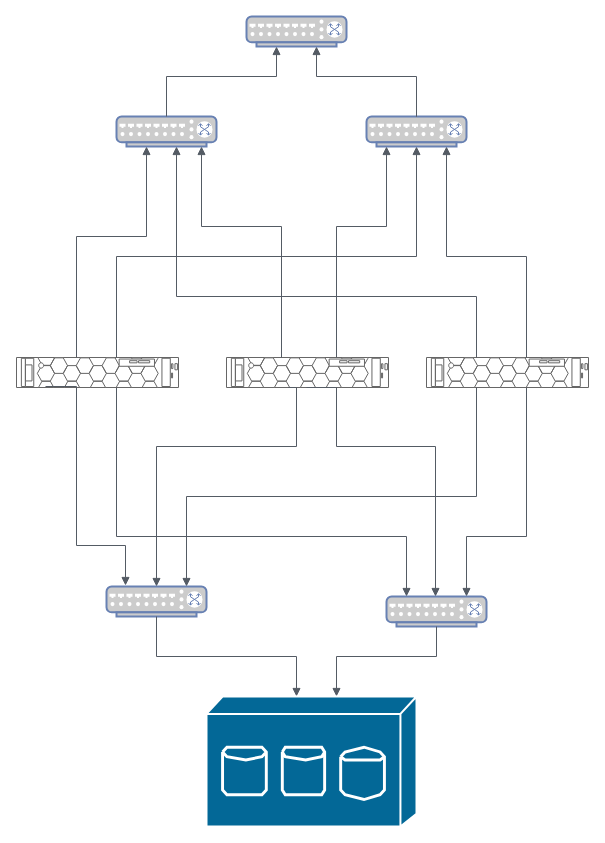
Before: Data Center.drawio in shohzod3112/appdiagrams, a draw.io diagram. Source tidied: cells renumbered, new cells numbered last; positions are measured from the earlier drawing's top-left corner, leaving out a move shared by most shapes. Both pictures are drawn from the tidied source at 100%, with x=0, y=0 at pixel (16, 16).
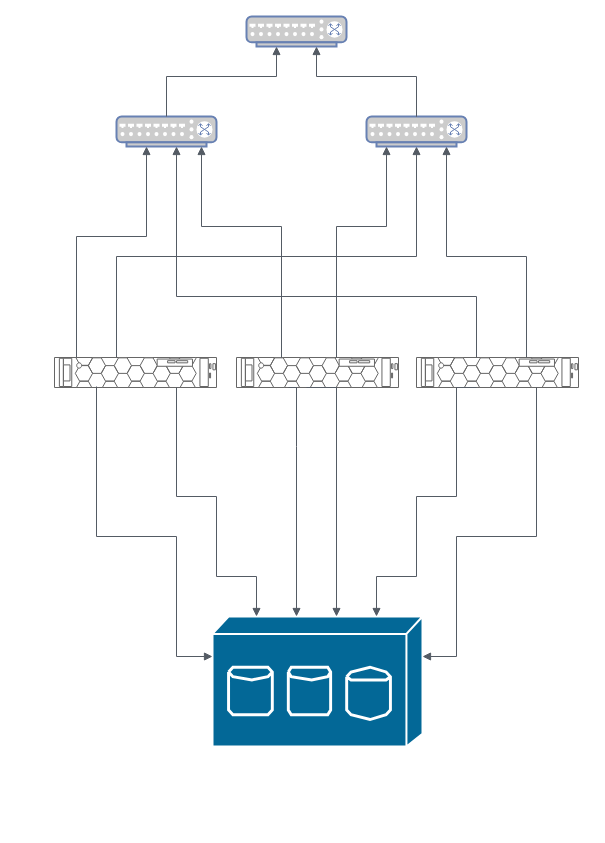
The same diagram, later.

Change to the diagram source:
```diff
@@
-    <mxCell id="5" style="fontColor=#0066CC;verticalAlign=top;verticalLabelPosition=bottom;labelPosition=center;align=center;html=1;outlineConnect=0;fillColor=#CCCCCC;strokeColor=#6881B3;gradientColor=none;gradientDirection=north;strokeWidth=2;shape=mxgraph.networks.switch;" parent="1" vertex="1">
-      <mxGeometry x="90" y="570" width="100" height="30" as="geometry" />
-    </mxCell>
-    <mxCell id="6" style="fontColor=#0066CC;verticalAlign=top;verticalLabelPosition=bottom;labelPosition=center;align=center;html=1;outlineConnect=0;fillColor=#CCCCCC;strokeColor=#6881B3;gradientColor=none;gradientDirection=north;strokeWidth=2;shape=mxgraph.networks.switch;" parent="1" vertex="1">
-      <mxGeometry x="370" y="580" width="100" height="30" as="geometry" />
-    </mxCell>
-    <mxCell id="7" style="edgeStyle=orthogonalEdgeStyle;html=1;endArrow=block;elbow=vertical;startArrow=none;endFill=1;strokeColor=#545B64;rounded=0;" parent="1" edge="1" source="5" target="9">
-      <mxGeometry relative="1" as="geometry">
-        <Array as="points">
-          <mxPoint x="140" y="640" />
-          <mxPoint x="280" y="640" />
-        </Array>
-      </mxGeometry>
-    </mxCell>
-    <mxCell id="8" style="edgeStyle=orthogonalEdgeStyle;html=1;endArrow=none;elbow=vertical;startArrow=block;startFill=1;strokeColor=#545B64;rounded=0;entryX=0.5;entryY=1;entryDx=0;entryDy=0;entryPerimeter=0;" parent="1" edge="1" source="9" target="6">
-      <mxGeometry relative="1" as="geometry">
-        <Array as="points">
-          <mxPoint x="320" y="640" />
-          <mxPoint x="420" y="640" />
-        </Array>
-      </mxGeometry>
-    </mxCell>
     <mxCell id="9" style="shape=mxgraph.cisco.storage.fc_storage;sketch=0;html=1;dashed=0;fillColor=#036897;strokeColor=#ffffff;strokeWidth=2;verticalLabelPosition=bottom;verticalAlign=top;align=center;outlineConnect=0;" parent="1" vertex="1">
-      <mxGeometry x="190" y="680" width="210" height="130" as="geometry" />
+      <mxGeometry x="196" y="600" width="210" height="130" as="geometry" />
     </mxCell>
     <mxCell id="10" style="strokeColor=#666666;html=1;labelPosition=right;align=left;spacingLeft=15;shadow=0;dashed=0;outlineConnect=0;shape=mxgraph.rack.dell.poweredge_r840;" parent="1" vertex="1">
-      <mxGeometry y="341" width="162" height="30" as="geometry" />
+      <mxGeometry x="38" y="341" width="162" height="30" as="geometry" />
     </mxCell>
     <mxCell id="11" style="strokeColor=#666666;html=1;labelPosition=right;align=left;spacingLeft=15;shadow=0;dashed=0;shape=mxgraph.rack.dell.poweredge_r840;" parent="1" vertex="1">
-      <mxGeometry x="210" y="341" width="162" height="30" as="geometry" />
+      <mxGeometry x="220" y="341" width="162" height="30" as="geometry" />
     </mxCell>
     <mxCell id="12" style="strokeColor=#666666;html=1;labelPosition=right;align=left;spacingLeft=15;shadow=0;dashed=0;outlineConnect=0;shape=mxgraph.rack.dell.poweredge_r840;" parent="1" vertex="1">
-      <mxGeometry x="410" y="341" width="162" height="30" as="geometry" />
+      <mxGeometry x="400" y="341" width="162" height="30" as="geometry" />
     </mxCell>
-    <mxCell id="13" style="edgeStyle=orthogonalEdgeStyle;html=1;endArrow=block;elbow=vertical;startArrow=none;endFill=1;strokeColor=#545B64;rounded=0;" parent="1" edge="1">
+    <mxCell id="13" style="edgeStyle=orthogonalEdgeStyle;html=1;endArrow=block;elbow=vertical;startArrow=none;endFill=1;strokeColor=#545B64;rounded=0;" parent="1" edge="1" target="9">
       <mxGeometry relative="1" as="geometry">
-        <mxPoint x="29" y="370" as="sourcePoint" />
-        <mxPoint x="109" y="569" as="targetPoint" />
+        <mxPoint x="80" y="370" as="sourcePoint" />
         <Array as="points">
-          <mxPoint x="60" y="370" />
-          <mxPoint x="60" y="529" />
-          <mxPoint x="109" y="529" />
+          <mxPoint x="80" y="370" />
+          <mxPoint x="80" y="520" />
+          <mxPoint x="160" y="520" />
+          <mxPoint x="160" y="640" />
         </Array>
       </mxGeometry>
     </mxCell>
-    <mxCell id="14" style="edgeStyle=orthogonalEdgeStyle;html=1;endArrow=block;elbow=vertical;startArrow=none;endFill=1;strokeColor=#545B64;rounded=0;" parent="1" edge="1" source="10" target="6">
+    <mxCell id="14" style="edgeStyle=orthogonalEdgeStyle;html=1;endArrow=block;elbow=vertical;startArrow=none;endFill=1;strokeColor=#545B64;rounded=0;" parent="1" edge="1" source="10" target="9">
       <mxGeometry relative="1" as="geometry">
         <Array as="points">
-          <mxPoint x="100" y="520" />
-          <mxPoint x="390" y="520" />
+          <mxPoint x="160" y="480" />
+          <mxPoint x="200" y="480" />
+          <mxPoint x="200" y="560" />
+          <mxPoint x="240" y="560" />
         </Array>
       </mxGeometry>
     </mxCell>
-    <mxCell id="15" style="edgeStyle=orthogonalEdgeStyle;html=1;endArrow=block;elbow=vertical;startArrow=none;endFill=1;strokeColor=#545B64;rounded=0;" parent="1" edge="1" source="12">
+    <mxCell id="15" style="edgeStyle=orthogonalEdgeStyle;html=1;endArrow=block;elbow=vertical;startArrow=none;endFill=1;strokeColor=#545B64;rounded=0;" parent="1" edge="1" source="12" target="9">
       <mxGeometry relative="1" as="geometry">
-        <mxPoint x="450" y="580" as="targetPoint" />
         <Array as="points">
-          <mxPoint x="510" y="520" />
-          <mxPoint x="450" y="520" />
+          <mxPoint x="520" y="520" />
+          <mxPoint x="440" y="520" />
+          <mxPoint x="440" y="640" />
         </Array>
       </mxGeometry>
     </mxCell>
-    <mxCell id="16" style="edgeStyle=orthogonalEdgeStyle;html=1;endArrow=block;elbow=vertical;startArrow=none;endFill=1;strokeColor=#545B64;rounded=0;entryX=0.5;entryY=0;entryDx=0;entryDy=0;entryPerimeter=0;" parent="1" edge="1">
+    <mxCell id="16" style="edgeStyle=orthogonalEdgeStyle;html=1;endArrow=block;elbow=vertical;startArrow=none;endFill=1;strokeColor=#545B64;rounded=0;" parent="1" edge="1" target="9">
       <mxGeometry relative="1" as="geometry">
         <mxPoint x="290" y="371" as="sourcePoint" />
-        <mxPoint x="419" y="580" as="targetPoint" />
         <Array as="points">
           <mxPoint x="320" y="371" />
-          <mxPoint x="320" y="430" />
-          <mxPoint x="419" y="430" />
         </Array>
       </mxGeometry>
     </mxCell>
-    <mxCell id="17" style="edgeStyle=orthogonalEdgeStyle;html=1;endArrow=none;elbow=vertical;startArrow=block;startFill=1;strokeColor=#545B64;rounded=0;exitX=0.7;exitY=0;exitDx=0;exitDy=0;exitPerimeter=0;" parent="1" edge="1">
+    <mxCell id="17" style="edgeStyle=orthogonalEdgeStyle;html=1;endArrow=none;elbow=vertical;startArrow=block;startFill=1;strokeColor=#545B64;rounded=0;" parent="1" edge="1" source="9">
       <mxGeometry relative="1" as="geometry">
-        <mxPoint x="140" y="570" as="sourcePoint" />
         <mxPoint x="272" y="371" as="targetPoint" />
         <Array as="points">
-          <mxPoint x="140" y="430" />
+          <mxPoint x="280" y="430" />
           <mxPoint x="280" y="430" />
           <mxPoint x="280" y="371" />
         </Array>
       </mxGeometry>
     </mxCell>
-    <mxCell id="18" style="edgeStyle=orthogonalEdgeStyle;html=1;endArrow=none;elbow=vertical;startArrow=block;startFill=1;strokeColor=#545B64;rounded=0;" parent="1" edge="1">
+    <mxCell id="18" style="edgeStyle=orthogonalEdgeStyle;html=1;endArrow=none;elbow=vertical;startArrow=block;startFill=1;strokeColor=#545B64;rounded=0;" parent="1" edge="1" source="9">
       <mxGeometry relative="1" as="geometry">
-        <mxPoint x="170" y="570" as="sourcePoint" />
         <mxPoint x="460" y="371" as="targetPoint" />
         <Array as="points">
-          <mxPoint x="170" y="480" />
-          <mxPoint x="460" y="480" />
+          <mxPoint x="360" y="560" />
+          <mxPoint x="400" y="560" />
+          <mxPoint x="400" y="480" />
+          <mxPoint x="440" y="480" />
+          <mxPoint x="440" y="371" />
         </Array>
       </mxGeometry>
     </mxCell>
```
